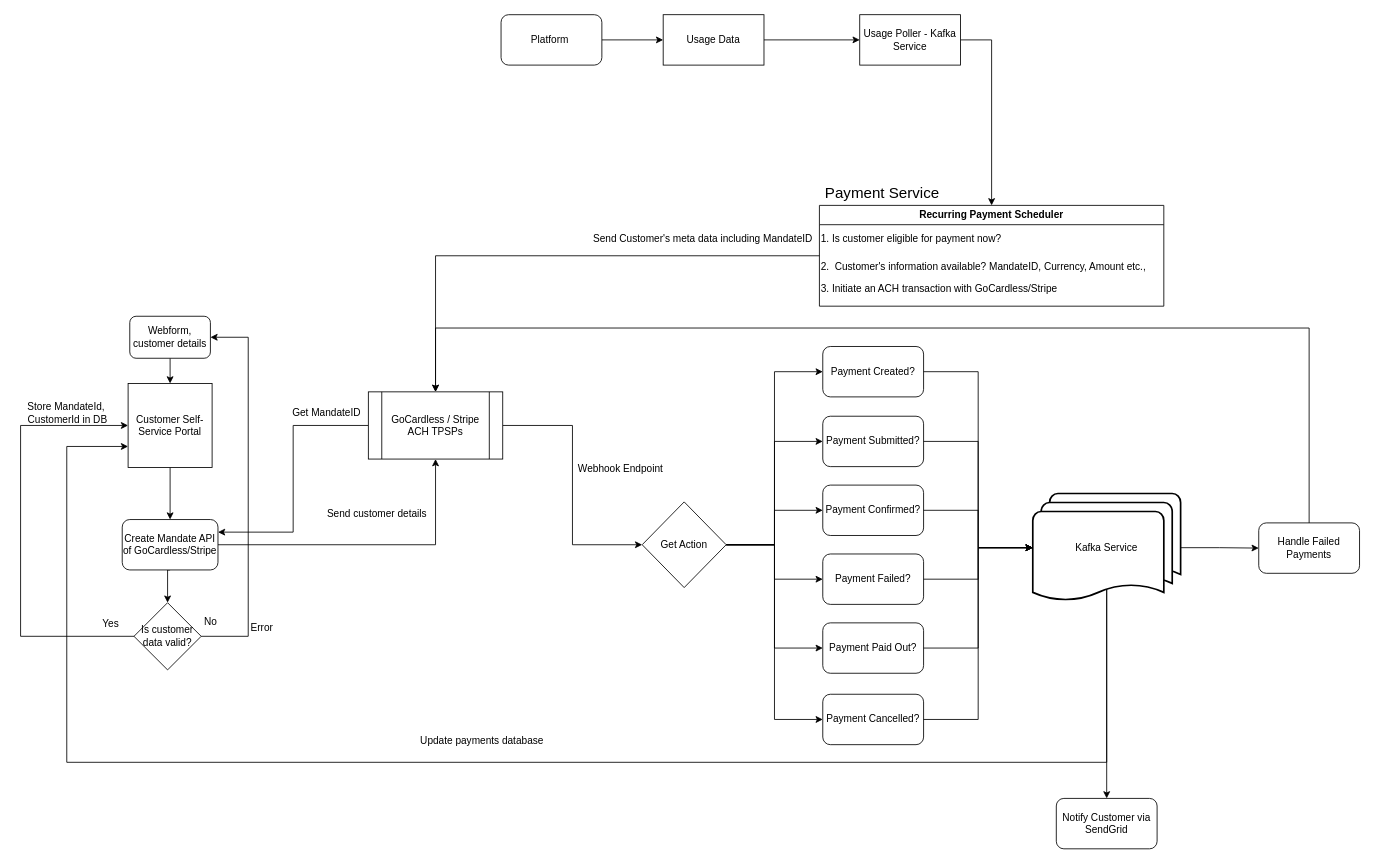
Before: Untitled Diagram.drawio in sarathnadavalur/project_processFlows, a draw.io diagram. Source tidied: cells renumbered, new cells numbered last; positions are measured from the earlier drawing's top-left corner, leaving out a move shared by most shapes. Both pictures are drawn from the tidied source at 84%, with x=0, y=0 at pixel (15, 14).
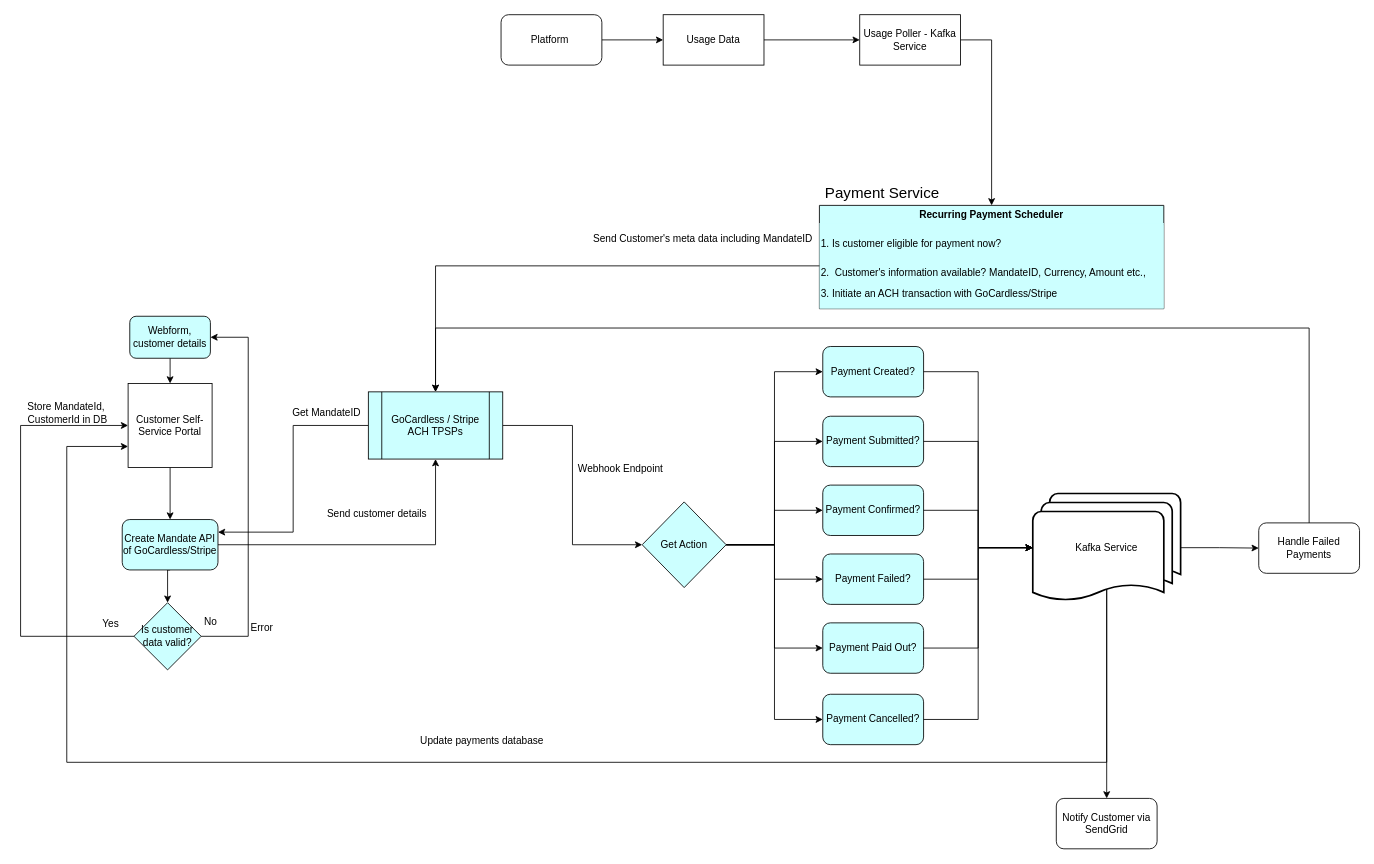
The same diagram, later.

What changed in the source:
```diff
@@
-    <mxCell id="5" value="Webform, customer details" style="rounded=1;whiteSpace=wrap;html=1;" parent="1" vertex="1">
+    <mxCell id="5" value="Webform, customer details" style="rounded=1;whiteSpace=wrap;html=1;fillColor=#CCFFFF;" parent="1" vertex="1">
       <mxGeometry x="136" y="359" width="96" height="50" as="geometry" />
     </mxCell>
@@
-    <mxCell id="8" value="Create Mandate API of GoCardless/Stripe" style="rounded=1;whiteSpace=wrap;html=1;" parent="1" vertex="1">
+    <mxCell id="8" value="Create Mandate API of GoCardless/Stripe" style="rounded=1;whiteSpace=wrap;html=1;fillColor=#CCFFFF;" parent="1" vertex="1">
       <mxGeometry x="127" y="601" width="114" height="60" as="geometry" />
     </mxCell>
@@
-    <mxCell id="10" value="Recurring Payment Scheduler" style="swimlane;whiteSpace=wrap;html=1;" parent="1" vertex="1">
-      <mxGeometry x="957" y="227" width="410" height="120" as="geometry" />
+    <mxCell id="10" value="Recurring Payment Scheduler" style="swimlane;whiteSpace=wrap;html=1;fillColor=#CCFFFF;" parent="1" vertex="1">
+      <mxGeometry x="957" y="227" width="410" height="123" as="geometry" />
     </mxCell>
-    <mxCell id="11" value="&lt;h1 style=&quot;margin-top: 0px;&quot;&gt;&lt;span style=&quot;background-color: initial; font-size: 12px; font-weight: normal;&quot;&gt;1. Is customer eligible for payment now?&lt;/span&gt;&lt;br&gt;&lt;/h1&gt;&lt;p&gt;&lt;span style=&quot;background-color: initial;&quot;&gt;2.&amp;nbsp; Customer's information available? MandateID, Currency, Amount etc.,&lt;/span&gt;&lt;/p&gt;&lt;p&gt;&lt;span style=&quot;background-color: initial;&quot;&gt;3. Initiate an ACH transaction with GoCardless/Stripe&lt;/span&gt;&lt;/p&gt;&lt;div&gt;&lt;br style=&quot;text-align: center; text-wrap: nowrap;&quot;&gt;&lt;/div&gt;" style="text;html=1;whiteSpace=wrap;overflow=hidden;rounded=0;" parent="10" vertex="1">
-      <mxGeometry y="15" width="410" height="90" as="geometry" />
+    <mxCell id="11" value="&lt;h1 style=&quot;margin-top: 0px;&quot;&gt;&lt;span style=&quot;background-color: initial; font-size: 12px; font-weight: normal;&quot;&gt;1. Is customer eligible for payment now?&lt;/span&gt;&lt;br&gt;&lt;/h1&gt;&lt;p&gt;&lt;span style=&quot;background-color: initial;&quot;&gt;2.&amp;nbsp; Customer's information available? MandateID, Currency, Amount etc.,&lt;/span&gt;&lt;/p&gt;&lt;p&gt;&lt;span style=&quot;background-color: initial;&quot;&gt;3. Initiate an ACH transaction with GoCardless/Stripe&lt;/span&gt;&lt;/p&gt;&lt;div&gt;&lt;br style=&quot;text-align: center; text-wrap: nowrap;&quot;&gt;&lt;/div&gt;" style="text;html=1;whiteSpace=wrap;overflow=hidden;rounded=0;fillColor=#CCFFFF;" parent="10" vertex="1">
+      <mxGeometry y="21" width="410" height="102" as="geometry" />
     </mxCell>
@@
-    <mxCell id="14" value="GoCardless / Stripe&lt;div&gt;ACH TPSPs&lt;/div&gt;" style="shape=process;whiteSpace=wrap;html=1;backgroundOutline=1;" parent="1" vertex="1">
+    <mxCell id="14" value="GoCardless / Stripe&lt;div&gt;ACH TPSPs&lt;/div&gt;" style="shape=process;whiteSpace=wrap;html=1;backgroundOutline=1;fillColor=#CCFFFF;" parent="1" vertex="1">
       <mxGeometry x="420" y="449" width="160" height="80" as="geometry" />
     </mxCell>
@@
-    <mxCell id="26" value="Payment Created?" style="rounded=1;whiteSpace=wrap;html=1;" parent="1" vertex="1">
+    <mxCell id="26" value="Payment Created?" style="rounded=1;whiteSpace=wrap;html=1;fillColor=#CCFFFF;" parent="1" vertex="1">
       <mxGeometry x="961" y="395" width="120" height="60" as="geometry" />
     </mxCell>
-    <mxCell id="27" value="Payment Submitted?" style="rounded=1;whiteSpace=wrap;html=1;" parent="1" vertex="1">
+    <mxCell id="27" value="Payment Submitted?" style="rounded=1;whiteSpace=wrap;html=1;fillColor=#CCFFFF;" parent="1" vertex="1">
       <mxGeometry x="961" y="478" width="120" height="60" as="geometry" />
     </mxCell>
@@
-    <mxCell id="34" value="Get Action" style="rhombus;whiteSpace=wrap;html=1;" parent="1" vertex="1">
+    <mxCell id="34" value="Get Action" style="rhombus;whiteSpace=wrap;html=1;fillColor=#CCFFFF;" parent="1" vertex="1">
       <mxGeometry x="746" y="580" width="100" height="102" as="geometry" />
     </mxCell>
@@
-    <mxCell id="36" value="Payment Confirmed?" style="rounded=1;whiteSpace=wrap;html=1;" parent="1" vertex="1">
+    <mxCell id="36" value="Payment Confirmed?" style="rounded=1;whiteSpace=wrap;html=1;fillColor=#CCFFFF;" parent="1" vertex="1">
       <mxGeometry x="961" y="560" width="120" height="60" as="geometry" />
     </mxCell>
-    <mxCell id="37" value="Payment Failed?" style="rounded=1;whiteSpace=wrap;html=1;" parent="1" vertex="1">
+    <mxCell id="37" value="Payment Failed?" style="rounded=1;whiteSpace=wrap;html=1;fillColor=#CCFFFF;" parent="1" vertex="1">
       <mxGeometry x="961" y="642" width="120" height="60" as="geometry" />
     </mxCell>
-    <mxCell id="38" value="Payment Paid Out?" style="rounded=1;whiteSpace=wrap;html=1;" parent="1" vertex="1">
+    <mxCell id="38" value="Payment Paid Out?" style="rounded=1;whiteSpace=wrap;html=1;fillColor=#CCFFFF;" parent="1" vertex="1">
       <mxGeometry x="961" y="724" width="120" height="60" as="geometry" />
     </mxCell>
-    <mxCell id="39" value="Payment Cancelled?" style="rounded=1;whiteSpace=wrap;html=1;" parent="1" vertex="1">
+    <mxCell id="39" value="Payment Cancelled?" style="rounded=1;whiteSpace=wrap;html=1;fillColor=#CCFFFF;" parent="1" vertex="1">
       <mxGeometry x="961" y="809" width="120" height="60" as="geometry" />
     </mxCell>
@@
-    <mxCell id="56" value="Is customer data valid?" style="rhombus;whiteSpace=wrap;html=1;" parent="1" vertex="1">
+    <mxCell id="56" value="Is customer data valid?" style="rhombus;whiteSpace=wrap;html=1;fillColor=#CCFFFF;" parent="1" vertex="1">
       <mxGeometry x="141" y="700" width="80" height="80" as="geometry" />
     </mxCell>
```
